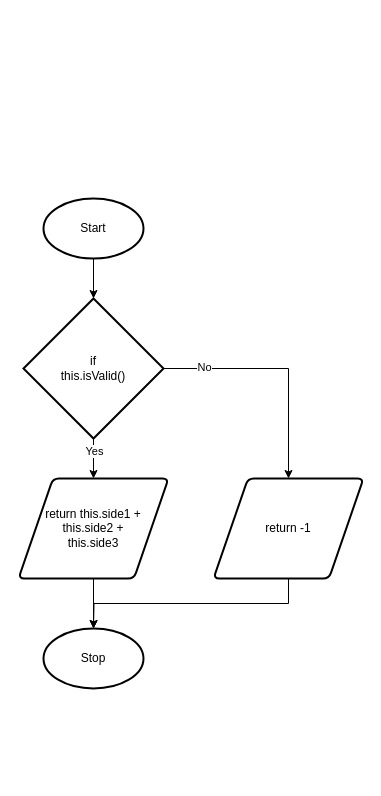
Earlier version of the draw.io diagram Design/Assignment3-getPerimeter.drawio (dbcalitis/ics4u-assignment3-typescript). Source tidied: cells renumbered, new cells numbered last; positions are measured from the earlier drawing's top-left corner, leaving out a move shared by most shapes. Both pictures are drawn from the tidied source at 100%, with x=0, y=0 at pixel (18, 198).
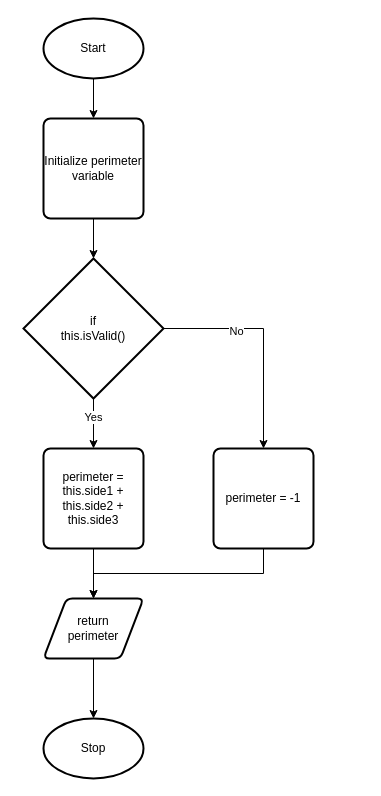
The same diagram, later.

The edit, as a diff of the source:
```diff
@@
 <mxGraphModel>
   <root>
     <mxCell id="0" />
     <mxCell id="1" parent="0" />
-    <mxCell id="2" style="edgeStyle=none;html=1;exitX=0.5;exitY=1;exitDx=0;exitDy=0;exitPerimeter=0;entryX=0.5;entryY=0;entryDx=0;entryDy=0;entryPerimeter=0;" parent="1" edge="1" source="3" target="8">
-      <mxGeometry relative="1" as="geometry" />
-    </mxCell>
+    <mxCell id="14" style="edgeStyle=none;html=1;exitX=0.5;exitY=1;exitDx=0;exitDy=0;exitPerimeter=0;" parent="1" edge="1" source="3" target="18">
+      <mxGeometry relative="1" as="geometry" />
+    </mxCell>
     <mxCell id="3" value="Start" style="strokeWidth=2;html=1;shape=mxgraph.flowchart.start_1;whiteSpace=wrap;" parent="1" vertex="1">
-      <mxGeometry x="25" width="100" height="60" as="geometry" />
+      <mxGeometry x="25" y="-180" width="100" height="60" as="geometry" />
     </mxCell>
-    <mxCell id="4" style="edgeStyle=none;html=1;exitX=0.5;exitY=1;exitDx=0;exitDy=0;exitPerimeter=0;entryX=0.5;entryY=0;entryDx=0;entryDy=0;" parent="1" edge="1" source="8" target="10">
-      <mxGeometry relative="1" as="geometry" />
-    </mxCell>
+    <mxCell id="15" style="edgeStyle=none;html=1;exitX=0.5;exitY=1;exitDx=0;exitDy=0;exitPerimeter=0;entryX=0.5;entryY=0;entryDx=0;entryDy=0;" parent="1" edge="1" source="8" target="20">
+      <mxGeometry relative="1" as="geometry" />
+    </mxCell>
-    <mxCell id="5" value="Yes" style="edgeLabel;html=1;align=center;verticalAlign=middle;" parent="4" vertex="1">
-      <mxGeometry x="-0.42" relative="1" as="geometry" />
+    <mxCell id="5" value="Yes" style="edgeLabel;html=1;align=center;verticalAlign=middle;" parent="15" vertex="1">
+      <mxGeometry x="-0.3" y="-1" relative="1" as="geometry" />
     </mxCell>
-    <mxCell id="6" style="edgeStyle=orthogonalEdgeStyle;html=1;exitX=1;exitY=0.5;exitDx=0;exitDy=0;exitPerimeter=0;entryX=0.5;entryY=0;entryDx=0;entryDy=0;rounded=0;" parent="1" edge="1" source="8" target="12">
-      <mxGeometry relative="1" as="geometry" />
-    </mxCell>
+    <mxCell id="16" style="edgeStyle=orthogonalEdgeStyle;html=1;exitX=1;exitY=0.5;exitDx=0;exitDy=0;exitPerimeter=0;entryX=0.5;entryY=0;entryDx=0;entryDy=0;rounded=0;" parent="1" edge="1" source="8" target="22">
+      <mxGeometry relative="1" as="geometry" />
+    </mxCell>
-    <mxCell id="7" value="No" style="edgeLabel;html=1;align=center;verticalAlign=middle;" parent="6" vertex="1">
-      <mxGeometry x="-0.66" y="2" relative="1" as="geometry" />
+    <mxCell id="7" value="No" style="edgeLabel;html=1;align=center;verticalAlign=middle;" parent="16" vertex="1">
+      <mxGeometry x="-0.35" y="-2" relative="1" as="geometry" />
     </mxCell>
     <mxCell id="8" value="if &lt;br&gt;this.isValid()" style="strokeWidth=2;html=1;shape=mxgraph.flowchart.decision;whiteSpace=wrap;" parent="1" vertex="1">
-      <mxGeometry x="5" y="100" width="140" height="140" as="geometry" />
+      <mxGeometry x="5" y="60" width="140" height="140" as="geometry" />
     </mxCell>
-    <mxCell id="9" style="edgeStyle=orthogonalEdgeStyle;rounded=0;html=1;exitX=0.5;exitY=1;exitDx=0;exitDy=0;" parent="1" edge="1" source="10" target="13">
-      <mxGeometry relative="1" as="geometry" />
-    </mxCell>
-    <mxCell id="10" value="return this.side1 + this.side2 + &lt;br&gt;this.side3" style="shape=parallelogram;html=1;strokeWidth=2;perimeter=parallelogramPerimeter;whiteSpace=wrap;rounded=1;arcSize=12;size=0.23;" parent="1" vertex="1">
-      <mxGeometry y="280" width="150" height="100" as="geometry" />
-    </mxCell>
-    <mxCell id="11" style="edgeStyle=orthogonalEdgeStyle;rounded=0;html=1;exitX=0.5;exitY=1;exitDx=0;exitDy=0;" parent="1" edge="1" source="12">
-      <mxGeometry relative="1" as="geometry">
-        <mxPoint x="75" y="430" as="targetPoint" />
-      </mxGeometry>
-    </mxCell>
-    <mxCell id="12" value="return -1" style="shape=parallelogram;html=1;strokeWidth=2;perimeter=parallelogramPerimeter;whiteSpace=wrap;rounded=1;arcSize=12;size=0.23;" parent="1" vertex="1">
-      <mxGeometry x="195" y="280" width="150" height="100" as="geometry" />
-    </mxCell>
+    <mxCell id="17" style="edgeStyle=none;html=1;exitX=0.5;exitY=1;exitDx=0;exitDy=0;" parent="1" edge="1" source="18" target="8">
+      <mxGeometry relative="1" as="geometry" />
+    </mxCell>
+    <mxCell id="18" value="Initialize perimeter variable" style="rounded=1;whiteSpace=wrap;html=1;absoluteArcSize=1;arcSize=14;strokeWidth=2;" parent="1" vertex="1">
+      <mxGeometry x="25" y="-80" width="100" height="100" as="geometry" />
+    </mxCell>
+    <mxCell id="19" style="edgeStyle=orthogonalEdgeStyle;rounded=0;html=1;exitX=0.5;exitY=1;exitDx=0;exitDy=0;entryX=0.5;entryY=0;entryDx=0;entryDy=0;" parent="1" edge="1" source="20" target="24">
+      <mxGeometry relative="1" as="geometry" />
+    </mxCell>
+    <mxCell id="20" value="perimeter = this.side1 + this.side2 + this.side3" style="rounded=1;whiteSpace=wrap;html=1;absoluteArcSize=1;arcSize=14;strokeWidth=2;" parent="1" vertex="1">
+      <mxGeometry x="25" y="250" width="100" height="100" as="geometry" />
+    </mxCell>
+    <mxCell id="21" style="edgeStyle=orthogonalEdgeStyle;rounded=0;html=1;exitX=0.5;exitY=1;exitDx=0;exitDy=0;entryX=0.5;entryY=0;entryDx=0;entryDy=0;" parent="1" edge="1" source="22" target="24">
+      <mxGeometry relative="1" as="geometry" />
+    </mxCell>
+    <mxCell id="22" value="perimeter = -1" style="rounded=1;whiteSpace=wrap;html=1;absoluteArcSize=1;arcSize=14;strokeWidth=2;" parent="1" vertex="1">
+      <mxGeometry x="195" y="250" width="100" height="100" as="geometry" />
+    </mxCell>
+    <mxCell id="23" style="edgeStyle=orthogonalEdgeStyle;rounded=0;html=1;exitX=0.5;exitY=1;exitDx=0;exitDy=0;entryX=0.5;entryY=0;entryDx=0;entryDy=0;entryPerimeter=0;" parent="1" edge="1" source="24" target="13">
+      <mxGeometry relative="1" as="geometry" />
+    </mxCell>
+    <mxCell id="24" value="return &lt;br&gt;perimeter" style="shape=parallelogram;html=1;strokeWidth=2;perimeter=parallelogramPerimeter;whiteSpace=wrap;rounded=1;arcSize=12;size=0.23;" parent="1" vertex="1">
+      <mxGeometry x="25" y="400" width="100" height="60" as="geometry" />
+    </mxCell>
     <mxCell id="13" value="Stop" style="strokeWidth=2;html=1;shape=mxgraph.flowchart.start_1;whiteSpace=wrap;" parent="1" vertex="1">
-      <mxGeometry x="25" y="430" width="100" height="60" as="geometry" />
+      <mxGeometry x="25" y="520" width="100" height="60" as="geometry" />
     </mxCell>
   </root>
 </mxGraphModel>
```
